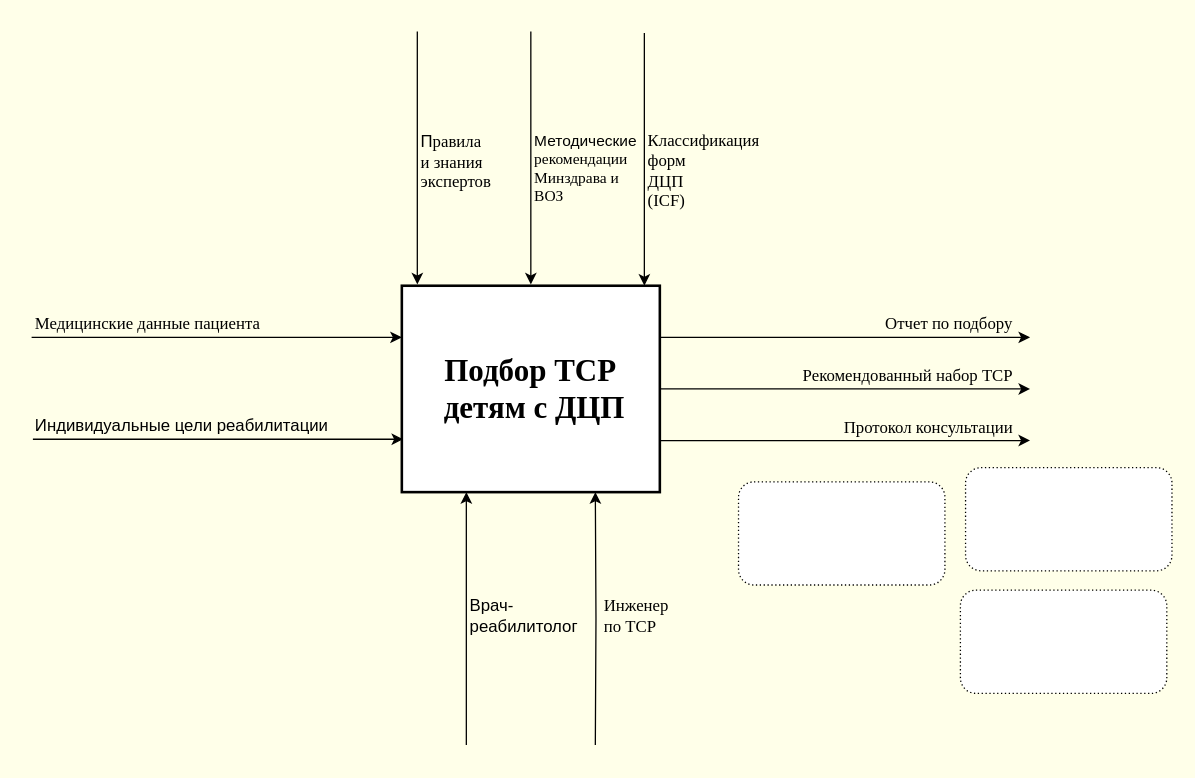
The draw.io diagram project/as_is/idef_0.drawio in oksana-niki/intelligent-systems-lab, before the edit. Source tidied: cells renumbered, new cells numbered last; positions are measured from the earlier drawing's top-left corner, leaving out a move shared by most shapes. Both pictures are drawn from the tidied source at 129%, with x=0, y=0 at pixel (31, 31).
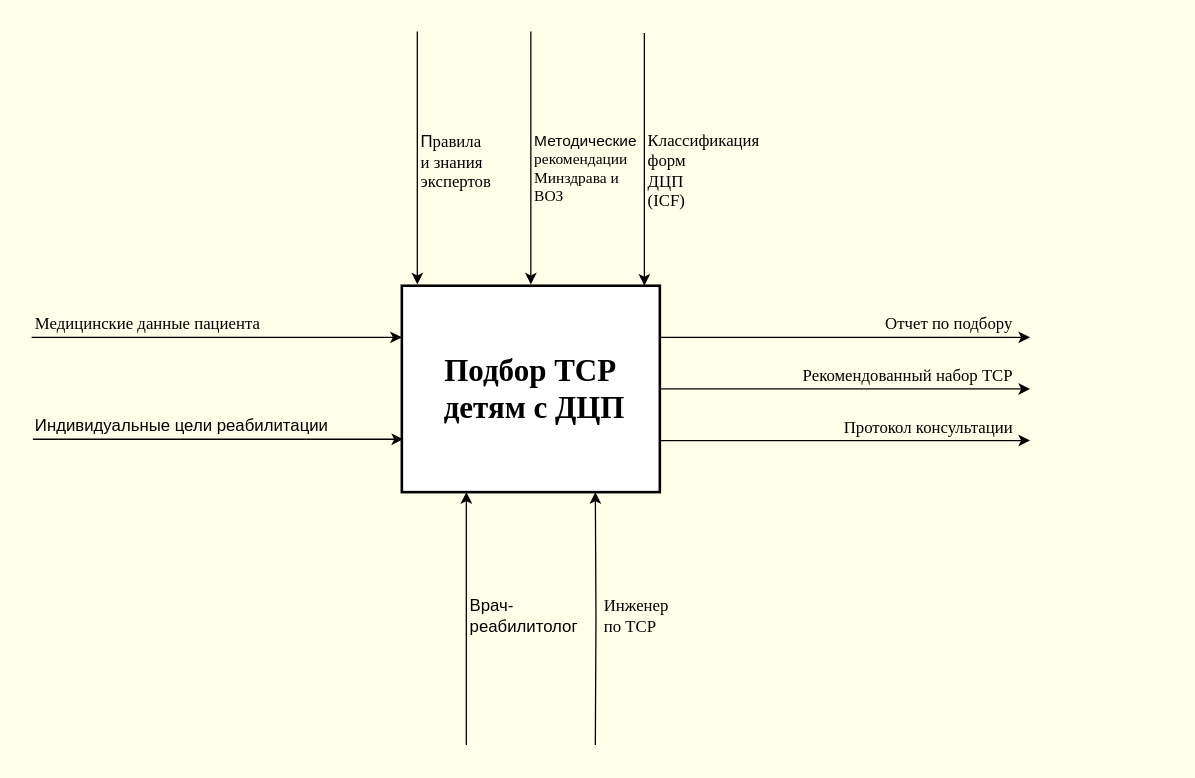
The same page after the edit.

Change to the diagram source:
```diff
@@
-    <mxCell id="5" style="rounded=1;whiteSpace=wrap;html=1;fontSize=16;dashed=1;dashPattern=1 2;" parent="1" vertex="1">
-      <mxGeometry x="548" y="349" width="160" height="80" as="geometry" />
-    </mxCell>
-    <mxCell id="6" style="rounded=1;whiteSpace=wrap;html=1;fontSize=16;dashed=1;dashPattern=1 2;" parent="1" vertex="1">
-      <mxGeometry x="720" y="433" width="160" height="80" as="geometry" />
-    </mxCell>
-    <mxCell id="7" style="rounded=1;whiteSpace=wrap;html=1;fontSize=16;dashed=1;dashPattern=1 2;" parent="1" vertex="1">
-      <mxGeometry x="724" y="338" width="160" height="80" as="geometry" />
-    </mxCell>
```
